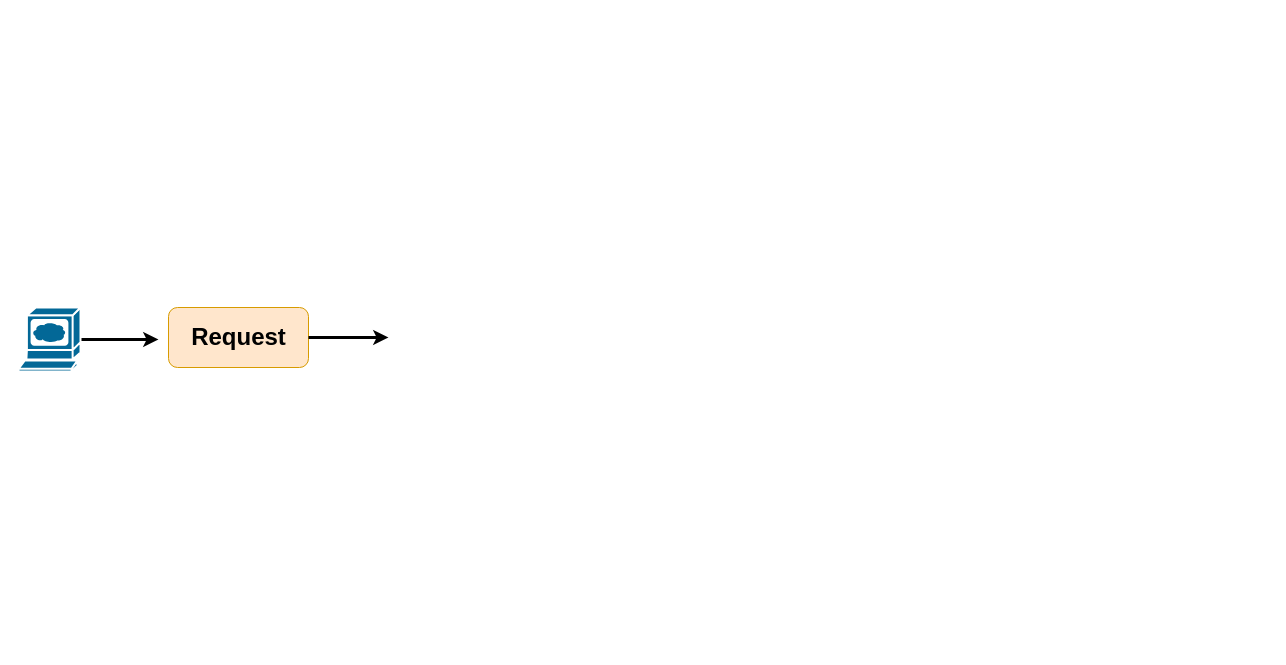
Before: page "Page-2" (2 of 2) of diagrams/microservice.drawio in Abdur-Razzak-Rouzex/microservice-diagrams, a draw.io diagram. Source tidied: cells renumbered, new cells numbered last; positions are measured from the earlier drawing's top-left corner, leaving out a move shared by most shapes. Both pictures are drawn from the tidied source at 100%, with x=0, y=0 at pixel (18, 307).
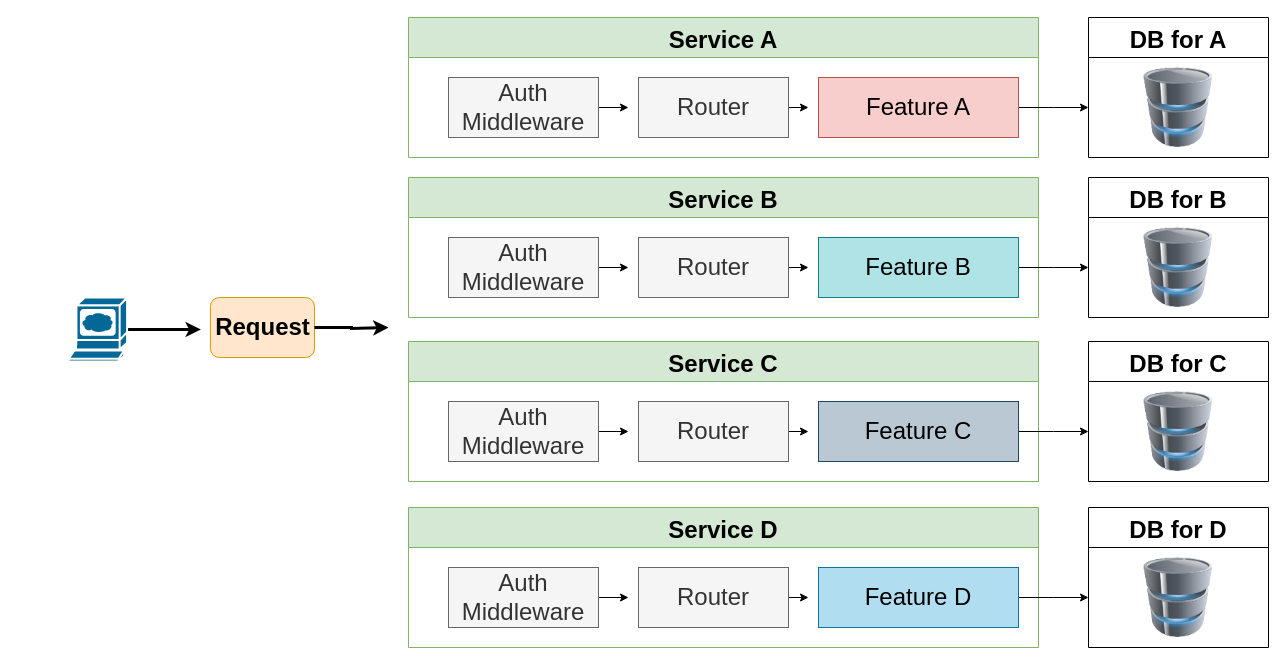
Above is the later version.

Diff of the diagram source:
```diff
@@
     <mxCell id="2" style="group;" parent="1" vertex="1">
-      <mxGeometry width="370" height="64" as="geometry" />
+      <mxGeometry width="350" height="64" as="geometry" />
     </mxCell>
     <mxCell id="3" style="edgeStyle=orthogonalEdgeStyle;rounded=0;jettySize=auto;html=1;exitX=1;exitY=0.5;exitDx=0;exitDy=0;exitPerimeter=0;strokeWidth=3;" parent="2" edge="1" source="4">
       <mxGeometry relative="1" as="geometry">
-        <mxPoint x="140" y="32" as="targetPoint" />
+        <mxPoint x="182.4" y="22" as="targetPoint" />
         <Array as="points">
-          <mxPoint x="120" y="32" />
-          <mxPoint x="120" y="32" />
+          <mxPoint x="130.4" y="22" />
+          <mxPoint x="130.4" y="22" />
         </Array>
       </mxGeometry>
     </mxCell>
     <mxCell id="4" style="shape=mxgraph.cisco.computers_and_peripherals.web_browser;html=1;dashed=0;fillColor=#036897;strokeColor=#ffffff;strokeWidth=2;verticalLabelPosition=bottom;verticalAlign=top;align=center;outlineConnect=0;" parent="2" vertex="1">
-      <mxGeometry width="62" height="64" as="geometry" />
+      <mxGeometry x="50" y="-10" width="58.6" height="64" as="geometry" />
     </mxCell>
     <mxCell id="5" style="rounded=1;whiteSpace=wrap;html=1;fillColor=#ffe6cc;strokeColor=#d79b00;" parent="2" vertex="1">
-      <mxGeometry x="150" width="140" height="60" as="geometry" />
+      <mxGeometry x="191.9" y="-10" width="104.1" height="60" as="geometry" />
     </mxCell>
     <mxCell id="6" value="Request" style="text;strokeColor=none;fillColor=none;html=1;fontSize=24;fontStyle=1;verticalAlign=middle;align=center;" parent="2" vertex="1">
-      <mxGeometry x="170" y="10" width="100" height="40" as="geometry" />
+      <mxGeometry x="196.6" width="94.6" height="40" as="geometry" />
     </mxCell>
     <mxCell id="7" style="edgeStyle=orthogonalEdgeStyle;rounded=0;jettySize=auto;html=1;exitX=1;exitY=0.5;exitDx=0;exitDy=0;strokeWidth=3;" parent="2" edge="1" source="5">
       <mxGeometry relative="1" as="geometry">
-        <mxPoint x="370" y="30" as="targetPoint" />
+        <mxPoint x="370" y="20" as="targetPoint" />
+        <Array as="points">
+          <mxPoint x="333" y="20" />
+          <mxPoint x="370" y="21" />
+        </Array>
       </mxGeometry>
     </mxCell>
+    <mxCell id="8" value="Service A" style="swimlane;startSize=40;fontSize=24;fillColor=#d5e8d4;strokeColor=#82b366;swimlaneFillColor=none;" parent="1" vertex="1">
+      <mxGeometry x="390" y="-290" width="630" height="140" as="geometry" />
+    </mxCell>
+    <mxCell id="9" style="edgeStyle=orthogonalEdgeStyle;rounded=0;jettySize=auto;html=1;exitX=1;exitY=0.5;exitDx=0;exitDy=0;" parent="8" edge="1" source="10">
+      <mxGeometry relative="1" as="geometry">
+        <mxPoint x="220" y="90" as="targetPoint" />
+      </mxGeometry>
+    </mxCell>
+    <mxCell id="10" value="&lt;font style=&quot;font-size: 24px;&quot;&gt;Auth Middleware&lt;/font&gt;" style="rounded=0;whiteSpace=wrap;html=1;fillColor=#f5f5f5;fontColor=#333333;strokeColor=#666666;" parent="8" vertex="1">
+      <mxGeometry x="40" y="60" width="150" height="60" as="geometry" />
+    </mxCell>
+    <mxCell id="11" style="edgeStyle=orthogonalEdgeStyle;rounded=0;jettySize=auto;html=1;exitX=1;exitY=0.5;exitDx=0;exitDy=0;" parent="8" edge="1" source="12">
+      <mxGeometry relative="1" as="geometry">
+        <mxPoint x="400" y="90" as="targetPoint" />
+      </mxGeometry>
+    </mxCell>
+    <mxCell id="12" value="&lt;font style=&quot;font-size: 24px;&quot;&gt;Router&lt;/font&gt;" style="rounded=0;whiteSpace=wrap;html=1;fillColor=#f5f5f5;fontColor=#333333;strokeColor=#666666;" parent="8" vertex="1">
+      <mxGeometry x="230" y="60" width="150" height="60" as="geometry" />
+    </mxCell>
+    <mxCell id="13" style="edgeStyle=orthogonalEdgeStyle;rounded=0;jettySize=auto;html=1;exitX=1;exitY=0.5;exitDx=0;exitDy=0;" parent="8" edge="1" source="14">
+      <mxGeometry relative="1" as="geometry">
+        <mxPoint x="680" y="90" as="targetPoint" />
+      </mxGeometry>
+    </mxCell>
+    <mxCell id="14" value="&lt;font style=&quot;font-size: 24px;&quot;&gt;Feature A&lt;/font&gt;" style="rounded=0;whiteSpace=wrap;html=1;fillColor=#f8cecc;strokeColor=#b85450;" parent="8" vertex="1">
+      <mxGeometry x="410" y="60" width="200" height="60" as="geometry" />
+    </mxCell>
+    <mxCell id="15" value="DB for A" style="swimlane;startSize=40;fontSize=24;" parent="1" vertex="1">
+      <mxGeometry x="1070" y="-290" width="180" height="140" as="geometry" />
+    </mxCell>
+    <mxCell id="16" style="image;html=1;image=img/lib/clip_art/computers/Database_128x128.png;" parent="15" vertex="1">
+      <mxGeometry x="50" y="50" width="80" height="80" as="geometry" />
+    </mxCell>
+    <mxCell id="17" value="Service B" style="swimlane;startSize=40;fontSize=24;fillColor=#d5e8d4;strokeColor=#82b366;swimlaneFillColor=none;" parent="1" vertex="1">
+      <mxGeometry x="390" y="-130" width="630" height="140" as="geometry" />
+    </mxCell>
+    <mxCell id="18" style="edgeStyle=orthogonalEdgeStyle;rounded=0;jettySize=auto;html=1;exitX=1;exitY=0.5;exitDx=0;exitDy=0;" parent="17" edge="1" source="19">
+      <mxGeometry relative="1" as="geometry">
+        <mxPoint x="220" y="90" as="targetPoint" />
+      </mxGeometry>
+    </mxCell>
+    <mxCell id="19" value="&lt;font style=&quot;font-size: 24px;&quot;&gt;Auth Middleware&lt;/font&gt;" style="rounded=0;whiteSpace=wrap;html=1;fillColor=#f5f5f5;fontColor=#333333;strokeColor=#666666;" parent="17" vertex="1">
+      <mxGeometry x="40" y="60" width="150" height="60" as="geometry" />
+    </mxCell>
+    <mxCell id="20" style="edgeStyle=orthogonalEdgeStyle;rounded=0;jettySize=auto;html=1;exitX=1;exitY=0.5;exitDx=0;exitDy=0;" parent="17" edge="1" source="21">
+      <mxGeometry relative="1" as="geometry">
+        <mxPoint x="400" y="90" as="targetPoint" />
+      </mxGeometry>
+    </mxCell>
+    <mxCell id="21" value="&lt;font style=&quot;font-size: 24px;&quot;&gt;Router&lt;/font&gt;" style="rounded=0;whiteSpace=wrap;html=1;fillColor=#f5f5f5;fontColor=#333333;strokeColor=#666666;" parent="17" vertex="1">
+      <mxGeometry x="230" y="60" width="150" height="60" as="geometry" />
+    </mxCell>
+    <mxCell id="22" style="edgeStyle=orthogonalEdgeStyle;rounded=0;jettySize=auto;html=1;exitX=1;exitY=0.5;exitDx=0;exitDy=0;" parent="17" edge="1" source="23">
+      <mxGeometry relative="1" as="geometry">
+        <mxPoint x="680" y="90" as="targetPoint" />
+      </mxGeometry>
+    </mxCell>
+    <mxCell id="23" value="&lt;font style=&quot;font-size: 24px;&quot;&gt;Feature B&lt;/font&gt;" style="rounded=0;whiteSpace=wrap;html=1;fillColor=#b0e3e6;strokeColor=#0e8088;" parent="17" vertex="1">
+      <mxGeometry x="410" y="60" width="200" height="60" as="geometry" />
+    </mxCell>
+    <mxCell id="24" value="DB for B" style="swimlane;startSize=40;fontSize=24;" parent="1" vertex="1">
+      <mxGeometry x="1070" y="-130" width="180" height="140" as="geometry" />
+    </mxCell>
+    <mxCell id="25" style="image;html=1;image=img/lib/clip_art/computers/Database_128x128.png;" parent="24" vertex="1">
+      <mxGeometry x="50" y="50" width="80" height="80" as="geometry" />
+    </mxCell>
+    <mxCell id="26" value="Service C" style="swimlane;startSize=40;fontSize=24;fillColor=#d5e8d4;strokeColor=#82b366;swimlaneFillColor=none;" parent="1" vertex="1">
+      <mxGeometry x="390" y="34" width="630" height="140" as="geometry" />
+    </mxCell>
+    <mxCell id="27" style="edgeStyle=orthogonalEdgeStyle;rounded=0;jettySize=auto;html=1;exitX=1;exitY=0.5;exitDx=0;exitDy=0;" parent="26" edge="1" source="28">
+      <mxGeometry relative="1" as="geometry">
+        <mxPoint x="220" y="90" as="targetPoint" />
+      </mxGeometry>
+    </mxCell>
+    <mxCell id="28" value="&lt;font style=&quot;font-size: 24px;&quot;&gt;Auth Middleware&lt;/font&gt;" style="rounded=0;whiteSpace=wrap;html=1;fillColor=#f5f5f5;fontColor=#333333;strokeColor=#666666;" parent="26" vertex="1">
+      <mxGeometry x="40" y="60" width="150" height="60" as="geometry" />
+    </mxCell>
+    <mxCell id="29" style="edgeStyle=orthogonalEdgeStyle;rounded=0;jettySize=auto;html=1;exitX=1;exitY=0.5;exitDx=0;exitDy=0;" parent="26" edge="1" source="30">
+      <mxGeometry relative="1" as="geometry">
+        <mxPoint x="400" y="90" as="targetPoint" />
+      </mxGeometry>
+    </mxCell>
+    <mxCell id="30" value="&lt;font style=&quot;font-size: 24px;&quot;&gt;Router&lt;/font&gt;" style="rounded=0;whiteSpace=wrap;html=1;fillColor=#f5f5f5;fontColor=#333333;strokeColor=#666666;" parent="26" vertex="1">
+      <mxGeometry x="230" y="60" width="150" height="60" as="geometry" />
+    </mxCell>
+    <mxCell id="31" style="edgeStyle=orthogonalEdgeStyle;rounded=0;jettySize=auto;html=1;exitX=1;exitY=0.5;exitDx=0;exitDy=0;" parent="26" edge="1" source="32">
+      <mxGeometry relative="1" as="geometry">
+        <mxPoint x="680" y="90" as="targetPoint" />
+      </mxGeometry>
+    </mxCell>
+    <mxCell id="32" value="&lt;font style=&quot;font-size: 24px;&quot;&gt;Feature C&lt;/font&gt;" style="rounded=0;whiteSpace=wrap;html=1;fillColor=#bac8d3;strokeColor=#23445d;" parent="26" vertex="1">
+      <mxGeometry x="410" y="60" width="200" height="60" as="geometry" />
+    </mxCell>
+    <mxCell id="33" value="DB for C" style="swimlane;startSize=40;fontSize=24;" parent="1" vertex="1">
+      <mxGeometry x="1070" y="34" width="180" height="140" as="geometry" />
+    </mxCell>
+    <mxCell id="34" style="image;html=1;image=img/lib/clip_art/computers/Database_128x128.png;" parent="33" vertex="1">
+      <mxGeometry x="50" y="50" width="80" height="80" as="geometry" />
+    </mxCell>
+    <mxCell id="35" value="Service D" style="swimlane;startSize=40;fontSize=24;fillColor=#d5e8d4;strokeColor=#82b366;swimlaneFillColor=none;" parent="1" vertex="1">
+      <mxGeometry x="390" y="200" width="630" height="140" as="geometry" />
+    </mxCell>
+    <mxCell id="36" style="edgeStyle=orthogonalEdgeStyle;rounded=0;jettySize=auto;html=1;exitX=1;exitY=0.5;exitDx=0;exitDy=0;" parent="35" edge="1" source="37">
+      <mxGeometry relative="1" as="geometry">
+        <mxPoint x="220" y="90" as="targetPoint" />
+      </mxGeometry>
+    </mxCell>
+    <mxCell id="37" value="&lt;font style=&quot;font-size: 24px;&quot;&gt;Auth Middleware&lt;/font&gt;" style="rounded=0;whiteSpace=wrap;html=1;fillColor=#f5f5f5;fontColor=#333333;strokeColor=#666666;" parent="35" vertex="1">
+      <mxGeometry x="40" y="60" width="150" height="60" as="geometry" />
+    </mxCell>
+    <mxCell id="38" style="edgeStyle=orthogonalEdgeStyle;rounded=0;jettySize=auto;html=1;exitX=1;exitY=0.5;exitDx=0;exitDy=0;" parent="35" edge="1" source="39">
+      <mxGeometry relative="1" as="geometry">
+        <mxPoint x="400" y="90" as="targetPoint" />
+      </mxGeometry>
+    </mxCell>
+    <mxCell id="39" value="&lt;font style=&quot;font-size: 24px;&quot;&gt;Router&lt;/font&gt;" style="rounded=0;whiteSpace=wrap;html=1;fillColor=#f5f5f5;fontColor=#333333;strokeColor=#666666;" parent="35" vertex="1">
+      <mxGeometry x="230" y="60" width="150" height="60" as="geometry" />
+    </mxCell>
+    <mxCell id="40" style="edgeStyle=orthogonalEdgeStyle;rounded=0;jettySize=auto;html=1;exitX=1;exitY=0.5;exitDx=0;exitDy=0;" parent="35" edge="1" source="41">
+      <mxGeometry relative="1" as="geometry">
+        <mxPoint x="680" y="90" as="targetPoint" />
+      </mxGeometry>
+    </mxCell>
+    <mxCell id="41" value="&lt;font style=&quot;font-size: 24px;&quot;&gt;Feature D&lt;/font&gt;" style="rounded=0;whiteSpace=wrap;html=1;fillColor=#b1ddf0;strokeColor=#10739e;" parent="35" vertex="1">
+      <mxGeometry x="410" y="60" width="200" height="60" as="geometry" />
+    </mxCell>
+    <mxCell id="42" value="DB for D" style="swimlane;startSize=40;fontSize=24;" parent="1" vertex="1">
+      <mxGeometry x="1070" y="200" width="180" height="140" as="geometry" />
+    </mxCell>
+    <mxCell id="43" style="image;html=1;image=img/lib/clip_art/computers/Database_128x128.png;" parent="42" vertex="1">
+      <mxGeometry x="50" y="50" width="80" height="80" as="geometry" />
+    </mxCell>
```
